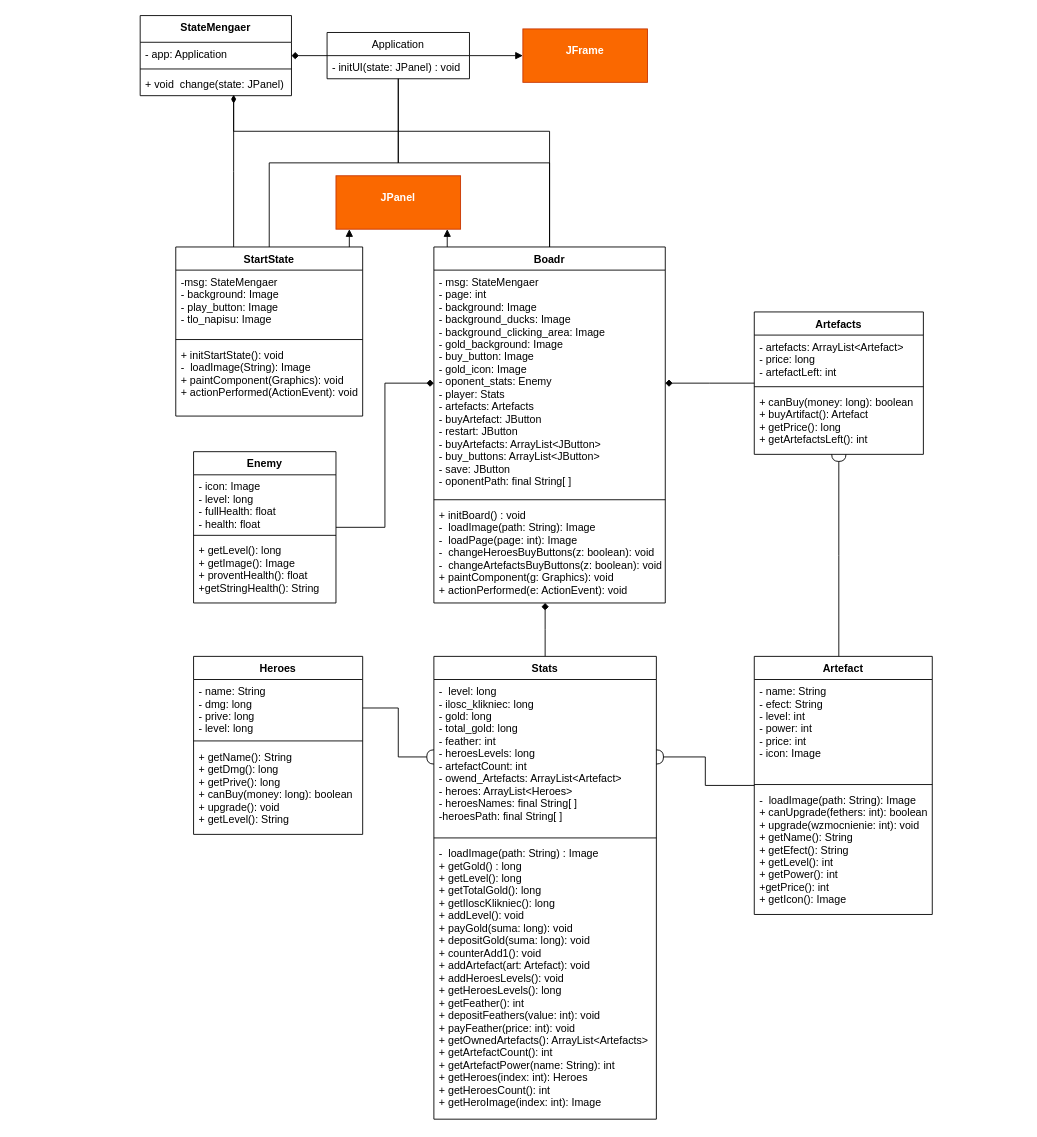
Earlier version of the draw.io diagram uml.drawio (bullyhunter1917/Duck_Clicker_Java). Source tidied: cells renumbered, new cells numbered last; positions are measured from the earlier drawing's top-left corner, leaving out a move shared by most shapes. Both pictures are drawn from the tidied source at 89%, with x=0, y=0 at pixel (140, 15).
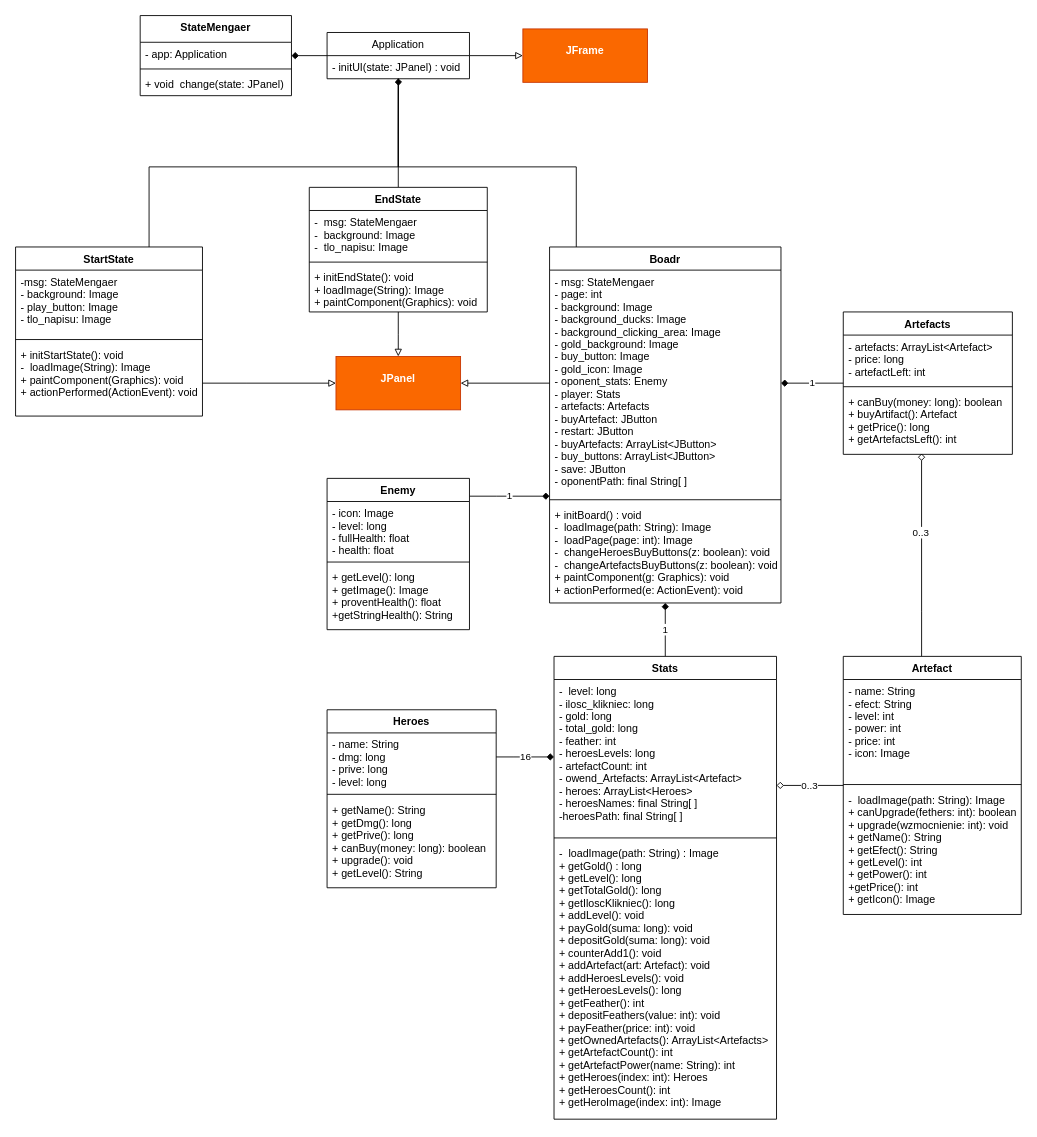
Above is the later version.

Unchanged cells that the change refers to:
```xml
<mxCell id="5" value="+ void  change(state: JPanel) " style="text;strokeColor=none;fillColor=none;align=left;verticalAlign=top;spacingLeft=4;spacingRight=4;overflow=hidden;points=[[0,0.5],[1,0.5]];portConstraint=eastwest;" parent="2" vertex="1">
  <mxGeometry y="64" width="170" height="26" as="geometry" />
</mxCell>
<mxCell id="8" value="Application" style="swimlane;fontStyle=0;horizontal=1;startSize=26;fillColor=none;rotation=0;" parent="1" vertex="1">
  <mxGeometry x="210" y="19" width="160" height="52" as="geometry" />
</mxCell>
<mxCell id="9" value="- initUI(state: JPanel) : void" style="text;strokeColor=none;fillColor=none;align=left;verticalAlign=top;spacingLeft=4;spacingRight=4;overflow=hidden;points=[[0,0.5],[1,0.5]];portConstraint=eastwest;rotation=0;" parent="8" vertex="1">
  <mxGeometry y="26" width="160" height="26" as="geometry" />
</mxCell>
<mxCell id="14" value="- msg: StateMengaer&#10;- page: int&#10;- background: Image&#10;- background_ducks: Image&#10;- background_clicking_area: Image&#10;- gold_background: Image&#10;- buy_button: Image&#10;- gold_icon: Image&#10;- oponent_stats: Enemy&#10;- player: Stats&#10;- artefacts: Artefacts&#10;- buyArtefact: JButton&#10;- restart: JButton&#10;- buyArtefacts: ArrayList&lt;JButton&gt;&#10;- buy_buttons: ArrayList&lt;JButton&gt;&#10;- save: JButton&#10;- oponentPath: final String[ ]" style="text;strokeColor=none;fillColor=none;align=left;verticalAlign=top;spacingLeft=4;spacingRight=4;overflow=hidden;points=[[0,0.5],[1,0.5]];portConstraint=eastwest;" parent="13" vertex="1">
  <mxGeometry y="26" width="260" height="254" as="geometry" />
</mxCell>
<mxCell id="19" value="-  level: long&#10;- ilosc_klikniec: long&#10;- gold: long&#10;- total_gold: long&#10;- feather: int&#10;- heroesLevels: long&#10;- artefactCount: int&#10;- owend_Artefacts: ArrayList&lt;Artefact&gt;&#10;- heroes: ArrayList&lt;Heroes&gt;&#10;- heroesNames: final String[ ]&#10;-heroesPath: final String[ ]" style="text;strokeColor=none;fillColor=none;align=left;verticalAlign=top;spacingLeft=4;spacingRight=4;overflow=hidden;points=[[0,0.5],[1,0.5]];portConstraint=eastwest;" parent="18" vertex="1">
  <mxGeometry y="26" width="250" height="174" as="geometry" />
</mxCell>
<mxCell id="23" value="- name: String&#10;- dmg: long&#10;- prive: long&#10;- level: long" style="text;strokeColor=none;fillColor=none;align=left;verticalAlign=top;spacingLeft=4;spacingRight=4;overflow=hidden;points=[[0,0.5],[1,0.5]];portConstraint=eastwest;" parent="22" vertex="1">
  <mxGeometry y="26" width="190" height="64" as="geometry" />
</mxCell>
<mxCell id="36" value="+ canBuy(money: long): boolean&#10;+ buyArtifact(): Artefact&#10;+ getPrice(): long&#10;+ getArtefactsLeft(): int" style="text;strokeColor=none;fillColor=none;align=left;verticalAlign=top;spacingLeft=4;spacingRight=4;overflow=hidden;points=[[0,0.5],[1,0.5]];portConstraint=eastwest;" parent="33" vertex="1">
  <mxGeometry y="88" width="190" height="72" as="geometry" />
</mxCell>
<mxCell id="48" value="+ initStartState(): void&#10;-  loadImage(String): Image&#10;+ paintComponent(Graphics): void&#10;+ actionPerformed(ActionEvent): void" style="text;strokeColor=none;fillColor=none;align=left;verticalAlign=top;spacingLeft=4;spacingRight=4;overflow=hidden;points=[[0,0.5],[1,0.5]];portConstraint=eastwest;" parent="45" vertex="1">
  <mxGeometry y="108" width="210" height="82" as="geometry" />
</mxCell>
<mxCell id="49" value="&lt;p style=&quot;margin: 0px ; margin-top: 4px ; text-align: center&quot;&gt;&lt;br&gt;&lt;b&gt;JFrame&lt;/b&gt;&lt;/p&gt;" style="verticalAlign=top;align=left;overflow=fill;fontSize=12;fontFamily=Helvetica;html=1;fillColor=#fa6800;strokeColor=#C73500;fontColor=#ffffff;" parent="1" vertex="1">
  <mxGeometry x="430" y="15" width="140" height="60" as="geometry" />
</mxCell>
```

The edit, as a diff of the source:
```diff
@@
-    <mxCell id="7" style="edgeStyle=orthogonalEdgeStyle;rounded=0;jettySize=auto;html=1;endArrow=block;endFill=1;" parent="1" edge="1" source="8" target="49">
+    <mxCell id="7" style="edgeStyle=orthogonalEdgeStyle;rounded=0;jettySize=auto;html=1;endArrow=block;endFill=0;" parent="1" edge="1" source="8" target="49">
       <mxGeometry relative="1" as="geometry" />
     </mxCell>
@@
     <mxCell id="10" style="edgeStyle=orthogonalEdgeStyle;rounded=0;jettySize=auto;html=1;endArrow=none;endFill=0;" parent="1" edge="1" source="13" target="8">
-      <mxGeometry relative="1" as="geometry" />
+      <mxGeometry relative="1" as="geometry">
+        <Array as="points">
+          <mxPoint x="490" y="170" />
+          <mxPoint x="290" y="170" />
+        </Array>
+      </mxGeometry>
     </mxCell>
-    <mxCell id="11" style="edgeStyle=elbowEdgeStyle;rounded=0;jettySize=auto;html=1;endArrow=block;endFill=1;" parent="1" edge="1" source="13" target="50">
+    <mxCell id="11" style="edgeStyle=elbowEdgeStyle;rounded=0;jettySize=auto;html=1;endArrow=block;endFill=0;" parent="1" edge="1" source="55" target="50">
       <mxGeometry relative="1" as="geometry" />
     </mxCell>
-    <mxCell id="12" style="rounded=0;jettySize=auto;html=1;edgeStyle=elbowEdgeStyle;elbow=vertical;endArrow=diamondThin;endFill=1;" parent="1" edge="1" source="13">
-      <mxGeometry relative="1" as="geometry">
-        <mxPoint x="105" y="89" as="targetPoint" />
-        <Array as="points">
-          <mxPoint x="270" y="130" />
-        </Array>
-      </mxGeometry>
-    </mxCell>
     <mxCell id="13" value="Boadr" style="swimlane;fontStyle=1;align=center;verticalAlign=top;horizontal=1;startSize=26;" parent="1" vertex="1">
-      <mxGeometry x="330" y="260" width="260" height="400" as="geometry" />
+      <mxGeometry x="460" y="260" width="260" height="400" as="geometry" />
     </mxCell>
@@
-    <mxCell id="17" style="edgeStyle=elbowEdgeStyle;rounded=0;jettySize=auto;html=1;endArrow=diamond;endFill=1;" parent="1" edge="1" source="18" target="13">
+    <mxCell id="17" value="1" style="edgeStyle=elbowEdgeStyle;rounded=0;jettySize=auto;html=1;endArrow=diamond;endFill=1;" parent="1" edge="1" source="18" target="13">
       <mxGeometry relative="1" as="geometry" />
     </mxCell>
     <mxCell id="18" value="Stats" style="swimlane;fontStyle=1;align=center;verticalAlign=top;horizontal=1;startSize=26;" parent="1" vertex="1">
-      <mxGeometry x="330" y="720" width="250" height="520" as="geometry" />
+      <mxGeometry x="465" y="720" width="250" height="520" as="geometry" />
     </mxCell>
@@
     <mxCell id="22" value="Heroes" style="swimlane;fontStyle=1;align=center;verticalAlign=top;horizontal=1;startSize=26;" parent="1" vertex="1">
-      <mxGeometry x="60" y="720" width="190" height="200" as="geometry" />
+      <mxGeometry x="210" y="780" width="190" height="200" as="geometry" />
     </mxCell>
@@
-    <mxCell id="26" style="edgeStyle=elbowEdgeStyle;rounded=0;jettySize=auto;html=1;endArrow=halfCircle;endFill=0;" parent="1" edge="1" source="28" target="33">
-      <mxGeometry relative="1" as="geometry" />
-    </mxCell>
-    <mxCell id="27" style="edgeStyle=elbowEdgeStyle;rounded=0;jettySize=auto;html=1;endArrow=halfCircle;endFill=0;" parent="1" edge="1" source="28" target="19">
-      <mxGeometry relative="1" as="geometry" />
+    <mxCell id="27" value="0..3" style="edgeStyle=elbowEdgeStyle;rounded=0;jettySize=auto;html=1;endArrow=diamond;endFill=0;" parent="1" edge="1" source="28" target="19">
+      <mxGeometry relative="1" as="geometry">
+        <Array as="points">
+          <mxPoint x="620" y="865" />
+        </Array>
+      </mxGeometry>
     </mxCell>
+    <mxCell id="52" style="edgeStyle=orthogonalEdgeStyle;rounded=0;jettySize=auto;html=1;entryX=0.463;entryY=0.986;entryDx=0;entryDy=0;entryPerimeter=0;endArrow=diamond;endFill=0;" parent="1" edge="1" source="28" target="36">
+      <mxGeometry relative="1" as="geometry">
+        <Array as="points">
+          <mxPoint x="878" y="670" />
+          <mxPoint x="878" y="670" />
+        </Array>
+      </mxGeometry>
+    </mxCell>
+    <mxCell id="53" value="0..3" style="edgeLabel;html=1;align=center;verticalAlign=middle;" parent="52" vertex="1">
+      <mxGeometry x="0.23" y="1" relative="1" as="geometry" />
+    </mxCell>
     <mxCell id="28" value="Artefact" style="swimlane;fontStyle=1;align=center;verticalAlign=top;horizontal=1;startSize=26;" parent="1" vertex="1">
-      <mxGeometry x="690" y="720" width="200" height="290" as="geometry" />
+      <mxGeometry x="790" y="720" width="200" height="290" as="geometry" />
     </mxCell>
@@
-    <mxCell id="32" style="edgeStyle=elbowEdgeStyle;rounded=0;jettySize=auto;html=1;endArrow=diamond;endFill=1;" parent="1" edge="1" source="33" target="14">
+    <mxCell id="32" value="1" style="edgeStyle=elbowEdgeStyle;rounded=0;jettySize=auto;html=1;endArrow=diamond;endFill=1;" parent="1" edge="1" source="33" target="14">
       <mxGeometry relative="1" as="geometry" />
     </mxCell>
     <mxCell id="33" value="Artefacts" style="swimlane;fontStyle=1;align=center;verticalAlign=top;horizontal=1;startSize=26;" parent="1" vertex="1">
-      <mxGeometry x="690" y="333" width="190" height="160" as="geometry" />
+      <mxGeometry x="790" y="333" width="190" height="160" as="geometry" />
     </mxCell>
@@
-    <mxCell id="37" style="edgeStyle=elbowEdgeStyle;rounded=0;jettySize=auto;html=1;endArrow=diamond;endFill=1;" parent="1" edge="1" source="38" target="14">
-      <mxGeometry relative="1" as="geometry" />
+    <mxCell id="37" value="1" style="edgeStyle=elbowEdgeStyle;rounded=0;jettySize=auto;html=1;endArrow=diamond;endFill=1;" parent="1" edge="1" source="38" target="14">
+      <mxGeometry relative="1" as="geometry">
+        <Array as="points">
+          <mxPoint x="400" y="540" />
+          <mxPoint x="330" y="550" />
+        </Array>
+      </mxGeometry>
     </mxCell>
     <mxCell id="38" value="Enemy" style="swimlane;fontStyle=1;align=center;verticalAlign=top;horizontal=1;startSize=26;" parent="1" vertex="1">
-      <mxGeometry x="60" y="490" width="160" height="170" as="geometry" />
+      <mxGeometry x="210" y="520" width="160" height="170" as="geometry" />
     </mxCell>
@@
     <mxCell id="42" style="rounded=0;jettySize=auto;html=1;endArrow=none;endFill=0;edgeStyle=orthogonalEdgeStyle;" parent="1" edge="1" source="45" target="8">
-      <mxGeometry relative="1" as="geometry" />
+      <mxGeometry relative="1" as="geometry">
+        <Array as="points">
+          <mxPoint x="10" y="170" />
+          <mxPoint x="290" y="170" />
+        </Array>
+      </mxGeometry>
     </mxCell>
-    <mxCell id="43" style="edgeStyle=elbowEdgeStyle;rounded=0;jettySize=auto;html=1;endArrow=block;endFill=1;" parent="1" edge="1" source="45" target="50">
-      <mxGeometry relative="1" as="geometry" />
-    </mxCell>
-    <mxCell id="44" style="edgeStyle=elbowEdgeStyle;rounded=0;jettySize=auto;html=1;endArrow=diamondThin;endFill=1;" parent="1" edge="1" source="45" target="5">
-      <mxGeometry relative="1" as="geometry" />
-    </mxCell>
     <mxCell id="45" value="StartState" style="swimlane;fontStyle=1;align=center;verticalAlign=top;horizontal=1;startSize=26;" parent="1" vertex="1">
-      <mxGeometry x="40" y="260" width="210" height="190" as="geometry" />
+      <mxGeometry x="-140" y="260" width="210" height="190" as="geometry" />
     </mxCell>
@@
     <mxCell id="50" value="&lt;p style=&quot;margin: 0px ; margin-top: 4px ; text-align: center&quot;&gt;&lt;br&gt;&lt;b&gt;JPanel&lt;/b&gt;&lt;/p&gt;&lt;p style=&quot;margin: 0px ; margin-top: 4px ; text-align: center&quot;&gt;&lt;b&gt;&lt;br&gt;&lt;/b&gt;&lt;/p&gt;" style="verticalAlign=top;align=left;overflow=fill;fontSize=12;fontFamily=Helvetica;html=1;fillColor=#fa6800;strokeColor=#C73500;fontColor=#ffffff;" parent="1" vertex="1">
-      <mxGeometry x="220" y="180" width="140" height="60" as="geometry" />
+      <mxGeometry x="220" y="383" width="140" height="60" as="geometry" />
     </mxCell>
+    <mxCell id="54" style="edgeStyle=orthogonalEdgeStyle;rounded=0;jettySize=auto;html=1;entryX=0.501;entryY=0.981;entryDx=0;entryDy=0;entryPerimeter=0;endArrow=diamond;endFill=1;" parent="1" edge="1" source="55" target="9">
+      <mxGeometry relative="1" as="geometry" />
+    </mxCell>
+    <mxCell id="55" value="EndState" style="swimlane;fontStyle=1;align=center;verticalAlign=top;horizontal=1;startSize=26;" parent="1" vertex="1">
+      <mxGeometry x="190" y="193" width="200" height="140" as="geometry" />
+    </mxCell>
+    <mxCell id="56" value="-  msg: StateMengaer&#10;-  background: Image&#10;-  tlo_napisu: Image" style="text;strokeColor=none;fillColor=none;align=left;verticalAlign=top;spacingLeft=4;spacingRight=4;overflow=hidden;" parent="55" vertex="1">
+      <mxGeometry y="26" width="200" height="54" as="geometry" />
+    </mxCell>
+    <mxCell id="57" style="line;strokeWidth=1;fillColor=none;align=left;verticalAlign=middle;spacingTop=-1;spacingLeft=3;spacingRight=3;labelPosition=right;" parent="55" vertex="1">
+      <mxGeometry y="80" width="200" height="8" as="geometry" />
+    </mxCell>
+    <mxCell id="58" value="+ initEndState(): void&#10;+ loadImage(String): Image&#10;+ paintComponent(Graphics): void" style="text;strokeColor=none;fillColor=none;align=left;verticalAlign=top;spacingLeft=4;spacingRight=4;overflow=hidden;" parent="55" vertex="1">
+      <mxGeometry y="88" width="200" height="52" as="geometry" />
+    </mxCell>
+    <mxCell id="59" style="edgeStyle=orthogonalEdgeStyle;rounded=0;jettySize=auto;html=1;endArrow=block;endFill=0;" parent="1" edge="1" source="48" target="50">
+      <mxGeometry relative="1" as="geometry">
+        <Array as="points">
+          <mxPoint x="120" y="413" />
+          <mxPoint x="120" y="413" />
+        </Array>
+      </mxGeometry>
+    </mxCell>
+    <mxCell id="60" style="edgeStyle=orthogonalEdgeStyle;rounded=0;jettySize=auto;html=1;entryX=1;entryY=0.5;entryDx=0;entryDy=0;endArrow=block;endFill=0;" parent="1" edge="1" source="14" target="50">
+      <mxGeometry relative="1" as="geometry" />
+    </mxCell>
-    <mxCell id="51" style="edgeStyle=elbowEdgeStyle;rounded=0;jettySize=auto;html=1;endArrow=halfCircle;endFill=0;" parent="1" edge="1" source="23" target="19">
-      <mxGeometry relative="1" as="geometry" />
+    <mxCell id="51" value="16" style="edgeStyle=orthogonalEdgeStyle;rounded=0;jettySize=auto;html=1;entryX=0;entryY=0.5;entryDx=0;entryDy=0;endArrow=diamond;endFill=1;" parent="1" edge="1" source="23" target="19">
+      <mxGeometry relative="1" as="geometry">
+        <Array as="points">
+          <mxPoint x="420" y="833" />
+          <mxPoint x="420" y="833" />
+        </Array>
+      </mxGeometry>
     </mxCell>
```
